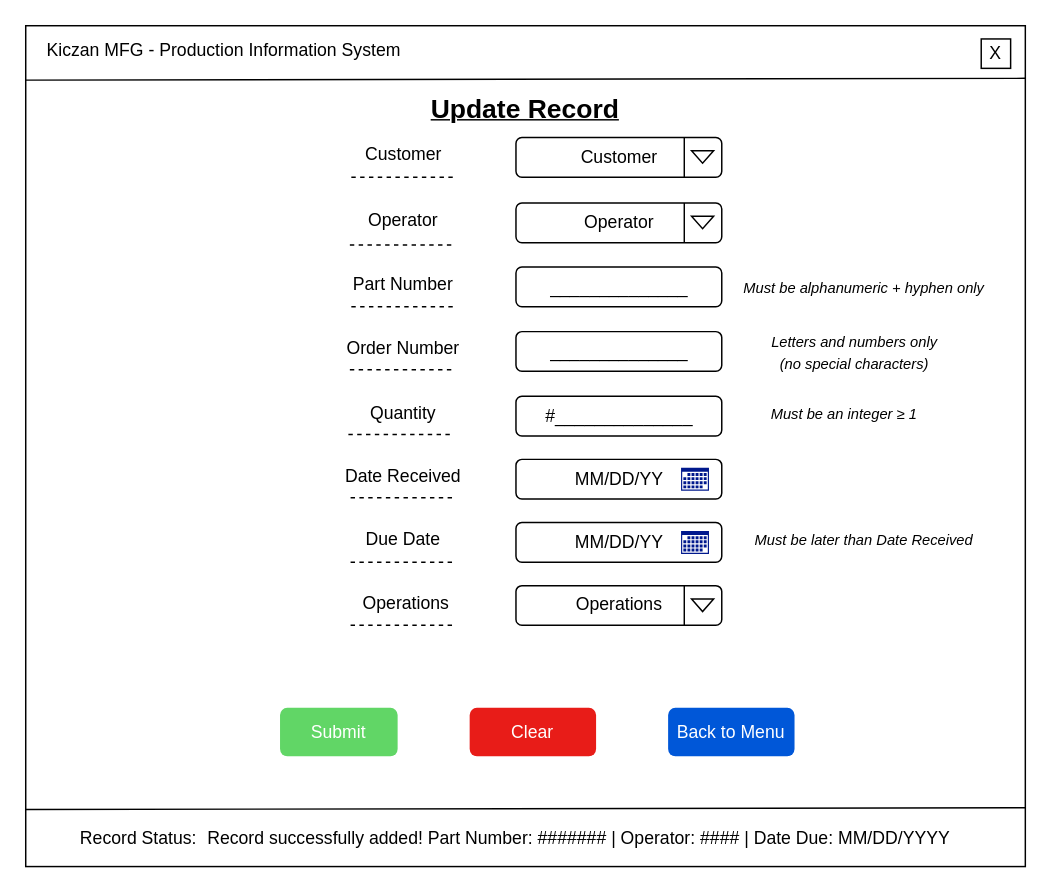
This is Update Record Interface Wireframe.drawio from JrST90/Team2CapstoneProject, a draw.io file, before an edit. Source tidied: cells renumbered, new cells numbered last; positions are measured from the earlier drawing's top-left corner, leaving out a move shared by most shapes. Both pictures are drawn from the tidied source at 147%, with x=0, y=0 at pixel (25, 25).
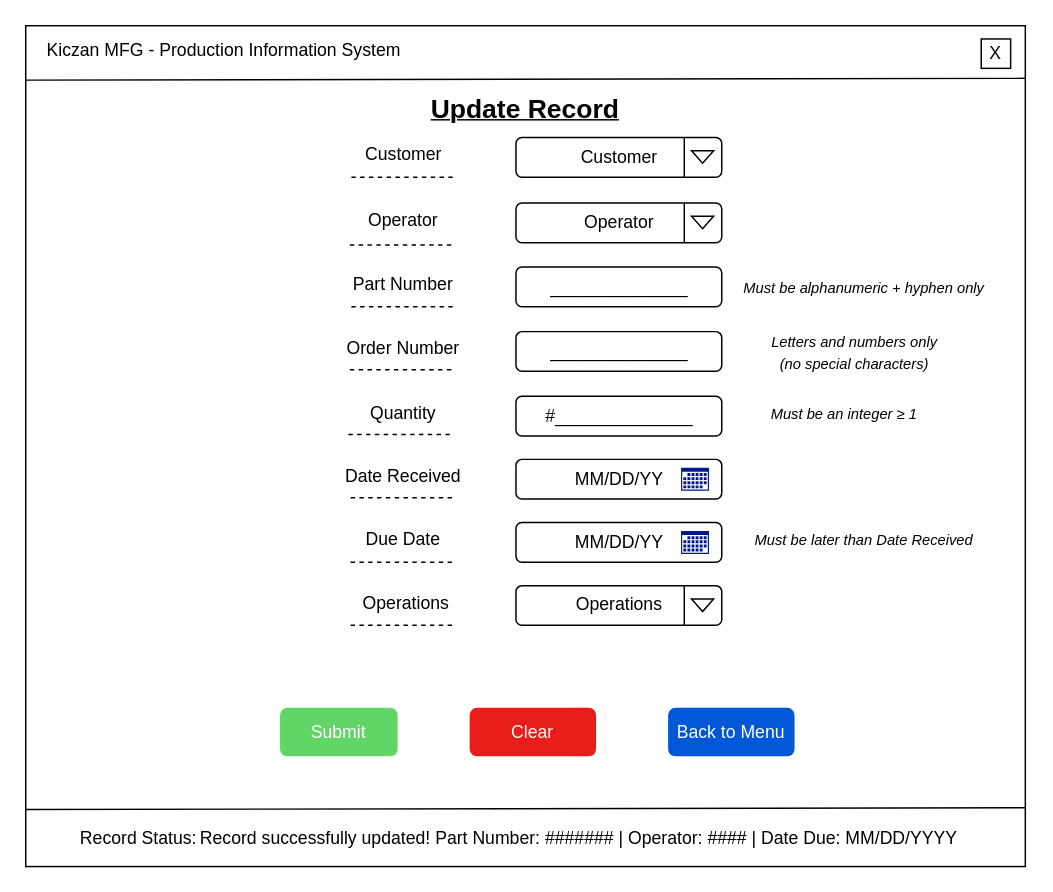
Above is the later version.

What changed in the source:
```diff
@@
-    <mxCell id="43" value="Record successfully added!  Part Number: ####### | Operator: #### | Date Due: MM/DD/YYYY" style="text;strokeColor=none;align=center;fillColor=none;html=1;verticalAlign=middle;whiteSpace=wrap;rounded=0;" parent="1" vertex="1">
+    <mxCell id="43" value="Record successfully updated!  Part Number: ####### | Operator: #### | Date Due: MM/DD/YYYY" style="text;strokeColor=none;align=center;fillColor=none;html=1;verticalAlign=middle;whiteSpace=wrap;rounded=0;" parent="1" vertex="1">
       <mxGeometry x="83" y="538" width="587" height="30" as="geometry" />
     </mxCell>
```
